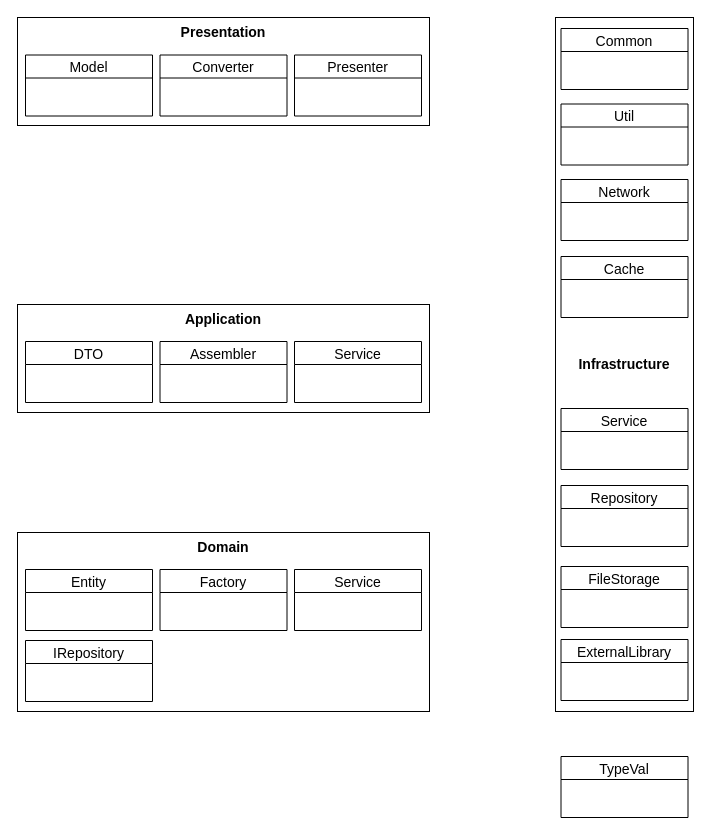
Earlier version of the draw.io diagram 软件架构层次2.drawio (gmyboy/software-architecture). Source tidied: cells renumbered, new cells numbered last; positions are measured from the earlier drawing's top-left corner, leaving out a move shared by most shapes. Both pictures are drawn from the tidied source at 100%, with x=0, y=0 at pixel (17, 17).
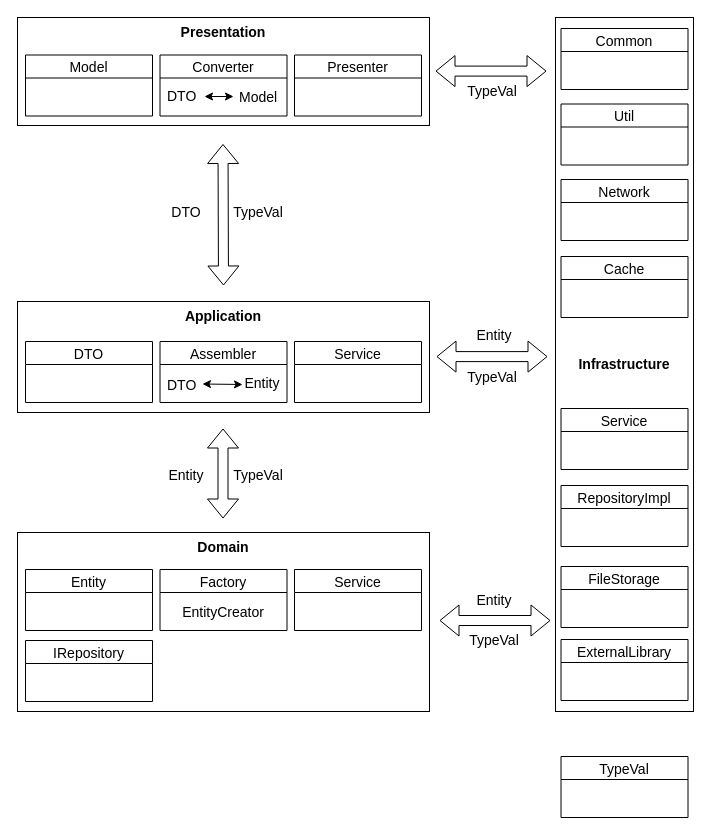
The same page after the edit.

Commit message:
[软件架构层次2]增加数据流

The change refers to these unchanged cells:
```xml
<mxCell id="5" value="Converter" style="swimlane;fontSize=14;startSize=23;fontStyle=0;" parent="1" vertex="1">
  <mxGeometry x="142.5" y="37.5" width="127" height="61" as="geometry" />
</mxCell>
<mxCell id="10" value="Assembler" style="swimlane;fontSize=14;startSize=23;fontStyle=0;" parent="1" vertex="1">
  <mxGeometry x="142.5" y="324" width="127" height="61" as="geometry" />
</mxCell>
```

What changed in the source:
```diff
@@
+    <mxCell id="25" value="DTO" style="text;strokeColor=none;fillColor=none;align=left;verticalAlign=middle;spacingLeft=4;spacingRight=4;overflow=hidden;fontSize=14;" parent="5" vertex="1">
+      <mxGeometry x="1.5" y="25.5" width="42.5" height="29.5" as="geometry" />
+    </mxCell>
+    <mxCell id="26" style="endArrow=classic;startArrow=classic;html=1;rounded=0;fontSize=14;entryX=0;entryY=0.5;entryDx=0;entryDy=0;" parent="5" edge="1" target="36">
+      <mxGeometry relative="1" as="geometry">
+        <mxPoint x="44.5" y="41.5" as="sourcePoint" />
+      </mxGeometry>
+    </mxCell>
@@
     <mxCell id="7" value="Application" style="rounded=0;whiteSpace=wrap;html=1;verticalAlign=top;align=center;fontSize=14;horizontal=1;fontStyle=1;" parent="1" vertex="1">
-      <mxGeometry y="287" width="412" height="108" as="geometry" />
+      <mxGeometry y="284" width="412" height="111" as="geometry" />
     </mxCell>
@@
+    <mxCell id="27" value="Entity" style="text;strokeColor=none;fillColor=none;align=left;verticalAlign=middle;spacingLeft=4;spacingRight=4;overflow=hidden;fontSize=14;" parent="10" vertex="1">
+      <mxGeometry x="79" y="24" width="45.5" height="34" as="geometry" />
+    </mxCell>
+    <mxCell id="28" style="endArrow=classic;startArrow=classic;html=1;rounded=0;fontSize=14;exitX=1;exitY=0.5;exitDx=0;exitDy=0;" parent="10" edge="1" source="35">
+      <mxGeometry relative="1" as="geometry">
+        <mxPoint x="82.5" y="43" as="targetPoint" />
+      </mxGeometry>
+    </mxCell>
@@
-    <mxCell id="22" value="Repository" style="swimlane;fontSize=14;startSize=23;fontStyle=0;" parent="1" vertex="1">
+    <mxCell id="22" value="RepositoryImpl" style="swimlane;fontSize=14;startSize=23;fontStyle=0;" parent="1" vertex="1">
       <mxGeometry x="543.5" y="468" width="127" height="61" as="geometry" />
     </mxCell>
@@
+    <mxCell id="29" style="shape=flexArrow;endArrow=classic;html=1;rounded=0;fontSize=14;startArrow=block;" parent="1" edge="1">
+      <mxGeometry relative="1" as="geometry">
+        <mxPoint x="206" y="268" as="sourcePoint" />
+        <mxPoint x="205.5" y="126.5" as="targetPoint" />
+      </mxGeometry>
+    </mxCell>
+    <mxCell id="30" style="shape=flexArrow;endArrow=classic;html=1;rounded=0;fontSize=14;startArrow=block;" parent="1" edge="1">
+      <mxGeometry relative="1" as="geometry">
+        <mxPoint x="205.5" y="411" as="sourcePoint" />
+        <mxPoint x="205.5" y="501" as="targetPoint" />
+      </mxGeometry>
+    </mxCell>
+    <mxCell id="31" value="Entity" style="text;html=1;strokeColor=none;fillColor=none;align=center;verticalAlign=middle;whiteSpace=wrap;rounded=0;fontSize=14;" parent="1" vertex="1">
+      <mxGeometry x="139" y="443" width="60" height="30" as="geometry" />
+    </mxCell>
+    <mxCell id="32" value="DTO" style="text;html=1;strokeColor=none;fillColor=none;align=center;verticalAlign=middle;whiteSpace=wrap;rounded=0;fontSize=14;" parent="1" vertex="1">
+      <mxGeometry x="139" y="180" width="60" height="30" as="geometry" />
+    </mxCell>
+    <mxCell id="33" value="TypeVal" style="text;html=1;strokeColor=none;fillColor=none;align=center;verticalAlign=middle;whiteSpace=wrap;rounded=0;fontSize=14;" parent="1" vertex="1">
+      <mxGeometry x="211" y="443" width="60" height="30" as="geometry" />
+    </mxCell>
+    <mxCell id="34" value="TypeVal" style="text;html=1;strokeColor=none;fillColor=none;align=center;verticalAlign=middle;whiteSpace=wrap;rounded=0;fontSize=14;" parent="1" vertex="1">
+      <mxGeometry x="211" y="180" width="60" height="30" as="geometry" />
+    </mxCell>
+    <mxCell id="35" value="DTO" style="text;strokeColor=none;fillColor=none;align=left;verticalAlign=middle;spacingLeft=4;spacingRight=4;overflow=hidden;points=[[0,0.5],[1,0.5]];portConstraint=eastwest;fontSize=14;" parent="1" vertex="1">
+      <mxGeometry x="144" y="350" width="41" height="33" as="geometry" />
+    </mxCell>
+    <mxCell id="36" value="Model" style="text;strokeColor=none;fillColor=none;align=left;verticalAlign=middle;spacingLeft=4;spacingRight=4;overflow=hidden;points=[[0,0.5],[1,0.5]];portConstraint=eastwest;fontSize=14;" parent="1" vertex="1">
+      <mxGeometry x="216" y="62" width="50" height="34" as="geometry" />
+    </mxCell>
+    <mxCell id="37" value="EntityCreator" style="text;strokeColor=none;fillColor=none;align=center;verticalAlign=middle;spacingLeft=4;spacingRight=4;overflow=hidden;fontSize=14;" parent="1" vertex="1">
+      <mxGeometry x="144" y="576" width="124" height="35" as="geometry" />
+    </mxCell>
+    <mxCell id="38" style="shape=flexArrow;endArrow=classic;html=1;rounded=0;fontSize=14;startArrow=block;" parent="1" edge="1">
+      <mxGeometry relative="1" as="geometry">
+        <mxPoint x="533" y="603" as="sourcePoint" />
+        <mxPoint x="422" y="603" as="targetPoint" />
+      </mxGeometry>
+    </mxCell>
+    <mxCell id="39" style="shape=flexArrow;endArrow=classic;html=1;rounded=0;fontSize=14;startArrow=block;" parent="1" edge="1">
+      <mxGeometry relative="1" as="geometry">
+        <mxPoint x="529" y="53.6" as="sourcePoint" />
+        <mxPoint x="418" y="53.6" as="targetPoint" />
+      </mxGeometry>
+    </mxCell>
+    <mxCell id="40" style="shape=flexArrow;endArrow=classic;html=1;rounded=0;fontSize=14;startArrow=block;" parent="1" edge="1">
+      <mxGeometry relative="1" as="geometry">
+        <mxPoint x="530" y="339.1" as="sourcePoint" />
+        <mxPoint x="419" y="339.1" as="targetPoint" />
+      </mxGeometry>
+    </mxCell>
+    <mxCell id="41" value="Entity" style="text;html=1;strokeColor=none;fillColor=none;align=center;verticalAlign=middle;whiteSpace=wrap;rounded=0;fontSize=14;" parent="1" vertex="1">
+      <mxGeometry x="447" y="567.5" width="60" height="30" as="geometry" />
+    </mxCell>
+    <mxCell id="42" value="TypeVal" style="text;html=1;strokeColor=none;fillColor=none;align=center;verticalAlign=middle;whiteSpace=wrap;rounded=0;fontSize=14;" parent="1" vertex="1">
+      <mxGeometry x="447" y="608" width="60" height="30" as="geometry" />
+    </mxCell>
+    <mxCell id="43" value="Entity" style="text;html=1;strokeColor=none;fillColor=none;align=center;verticalAlign=middle;whiteSpace=wrap;rounded=0;fontSize=14;" parent="1" vertex="1">
+      <mxGeometry x="447" y="303" width="60" height="30" as="geometry" />
+    </mxCell>
+    <mxCell id="44" value="TypeVal" style="text;html=1;strokeColor=none;fillColor=none;align=center;verticalAlign=middle;whiteSpace=wrap;rounded=0;fontSize=14;" parent="1" vertex="1">
+      <mxGeometry x="445" y="345" width="60" height="30" as="geometry" />
+    </mxCell>
+    <mxCell id="45" value="TypeVal" style="text;html=1;strokeColor=none;fillColor=none;align=center;verticalAlign=middle;whiteSpace=wrap;rounded=0;fontSize=14;" parent="1" vertex="1">
+      <mxGeometry x="445" y="59" width="60" height="30" as="geometry" />
+    </mxCell>
```
